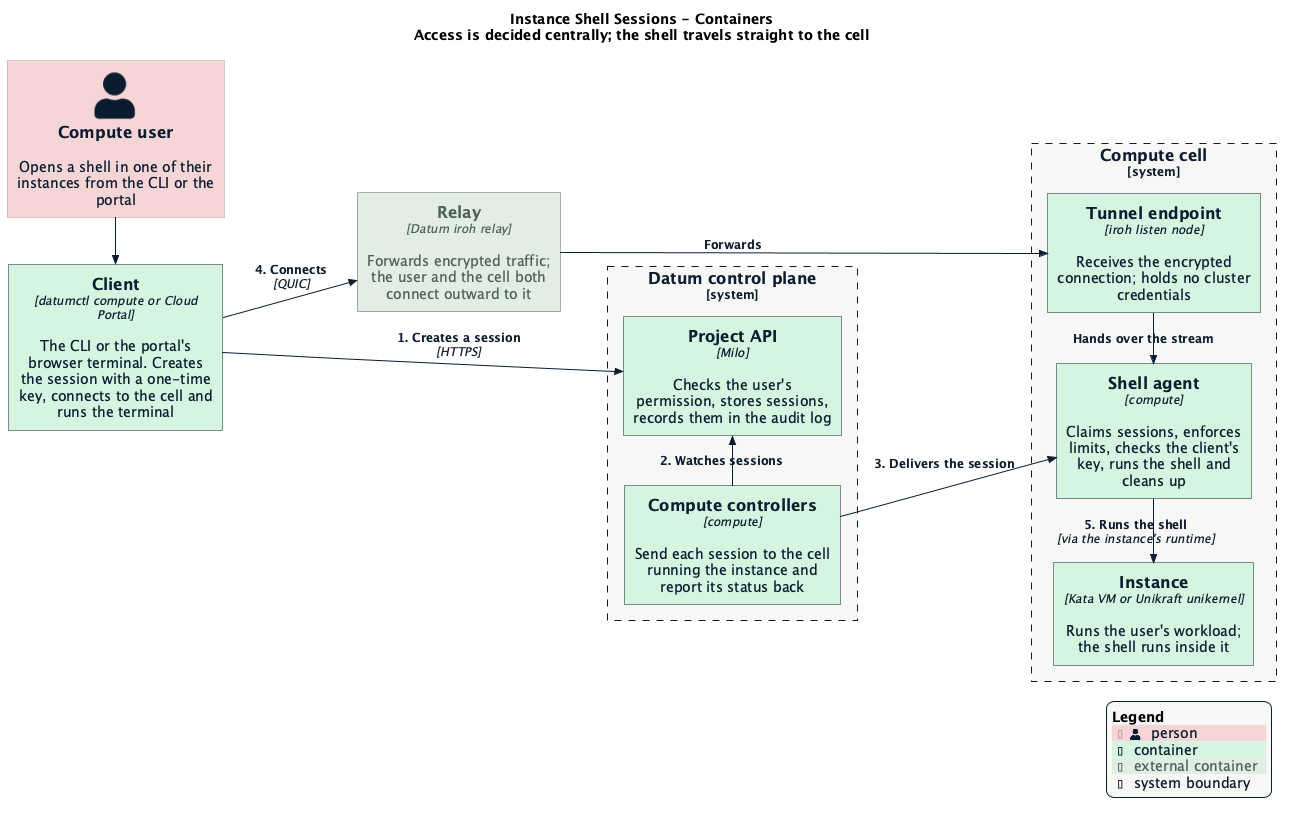
Above: docs/enhancements/instance-shell-sessions/c4-container-diagram.png in datum-cloud/compute (PlantUML), before the change.
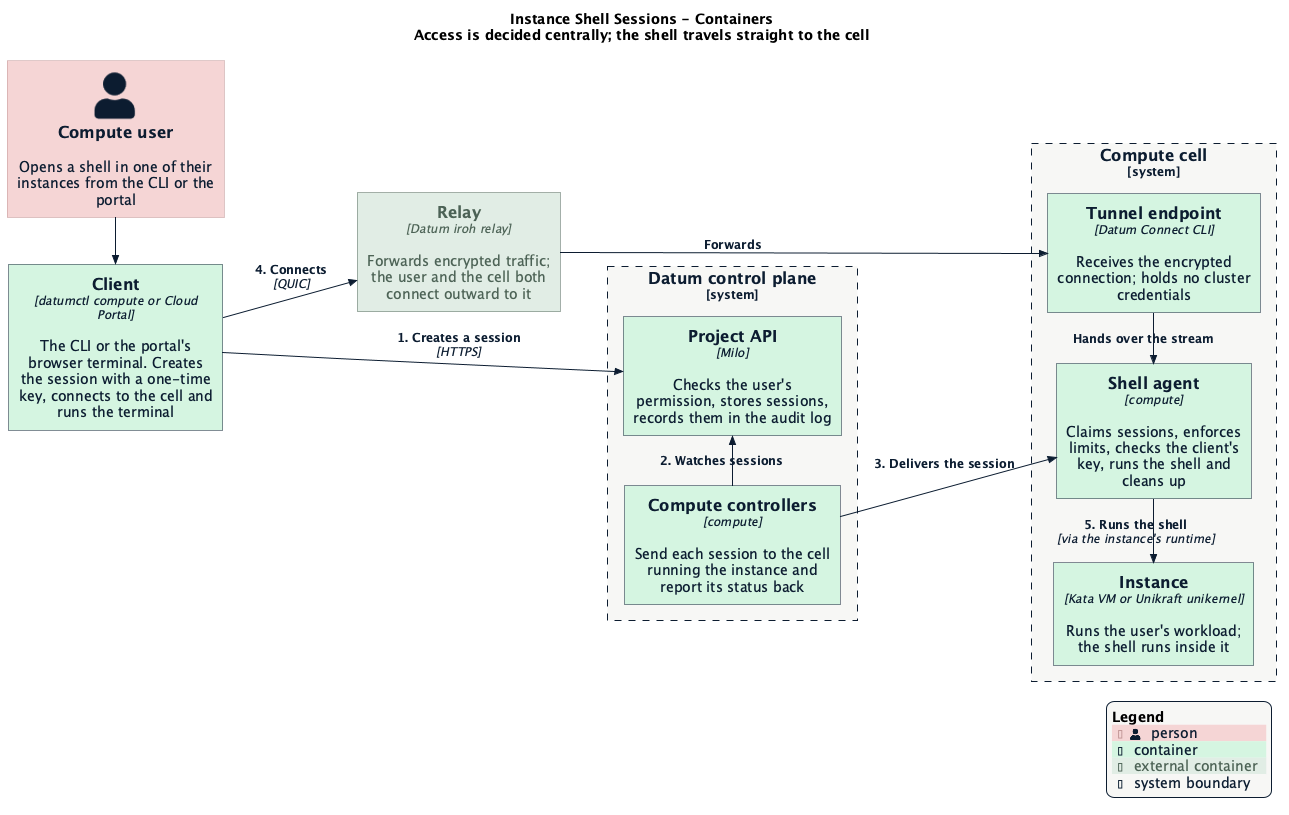
After the change.

What changed in the source:
```diff
@@ -14,7 +14,7 @@
 System_Boundary(cell, "Compute cell") {
     Container(instance, "Instance", "Kata VM or Unikraft unikernel", "Runs the user's workload; the shell runs inside it")
     Container(agent, "Shell agent", "compute", "Claims sessions, enforces limits, checks the client's key, runs the shell and cleans up")
-    Container(listen, "Tunnel endpoint", "iroh listen node", "Receives the encrypted connection; holds no cluster credentials")
+    Container(listen, "Tunnel endpoint", "Datum Connect CLI", "Receives the encrypted connection; holds no cluster credentials")
 }
 
 System_Boundary(core, "Datum control plane") {
```
